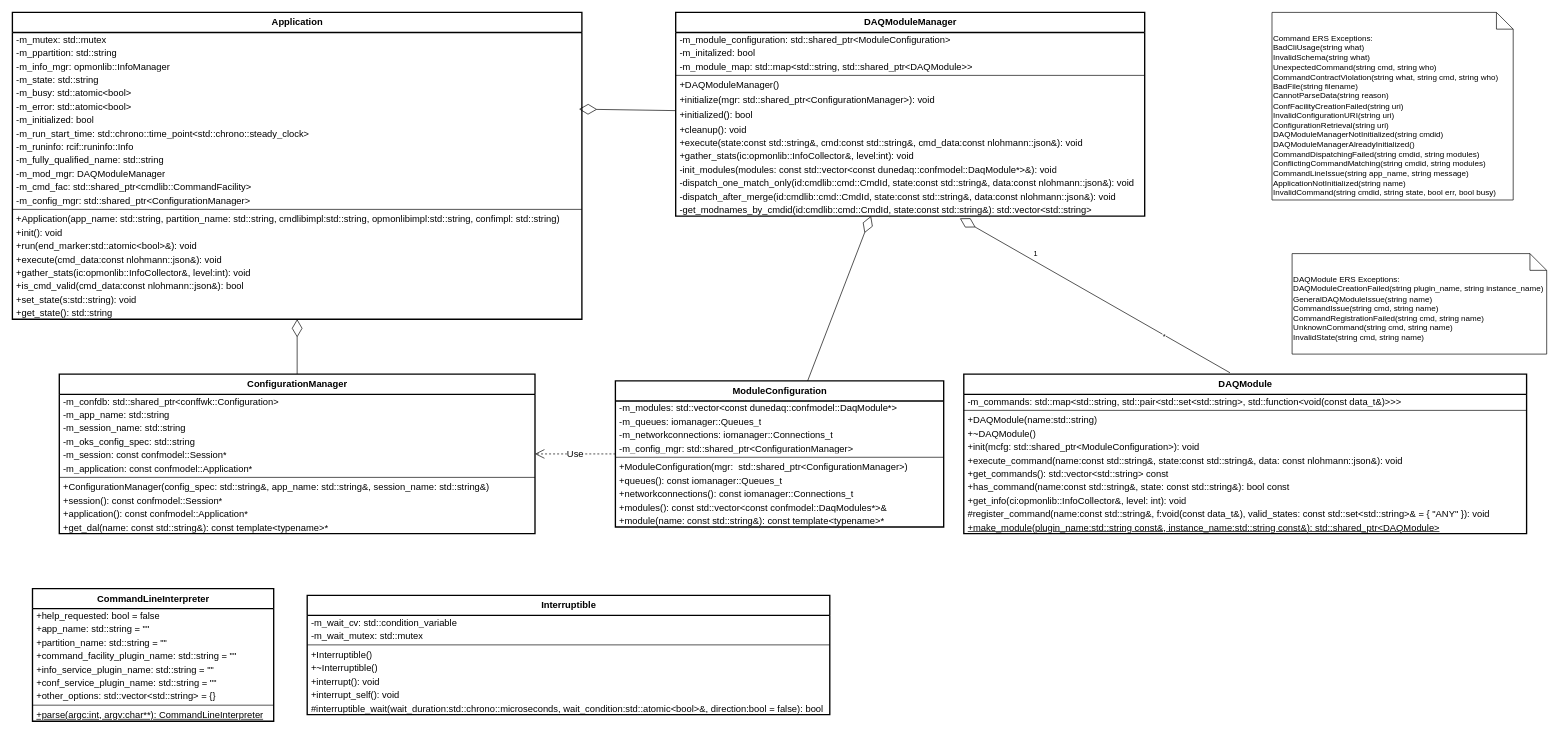
The draw.io diagram page "OKS Config with ConfigurationHandler" (1 of 3) of docs/appfwk.drawio in DUNE-DAQ/appfwk, before the edit. Source tidied: cells renumbered, new cells numbered last; positions are measured from the earlier drawing's top-left corner, leaving out a move shared by most shapes. Both pictures are drawn from the tidied source at 67%, with x=0, y=0 at pixel (12, 12).
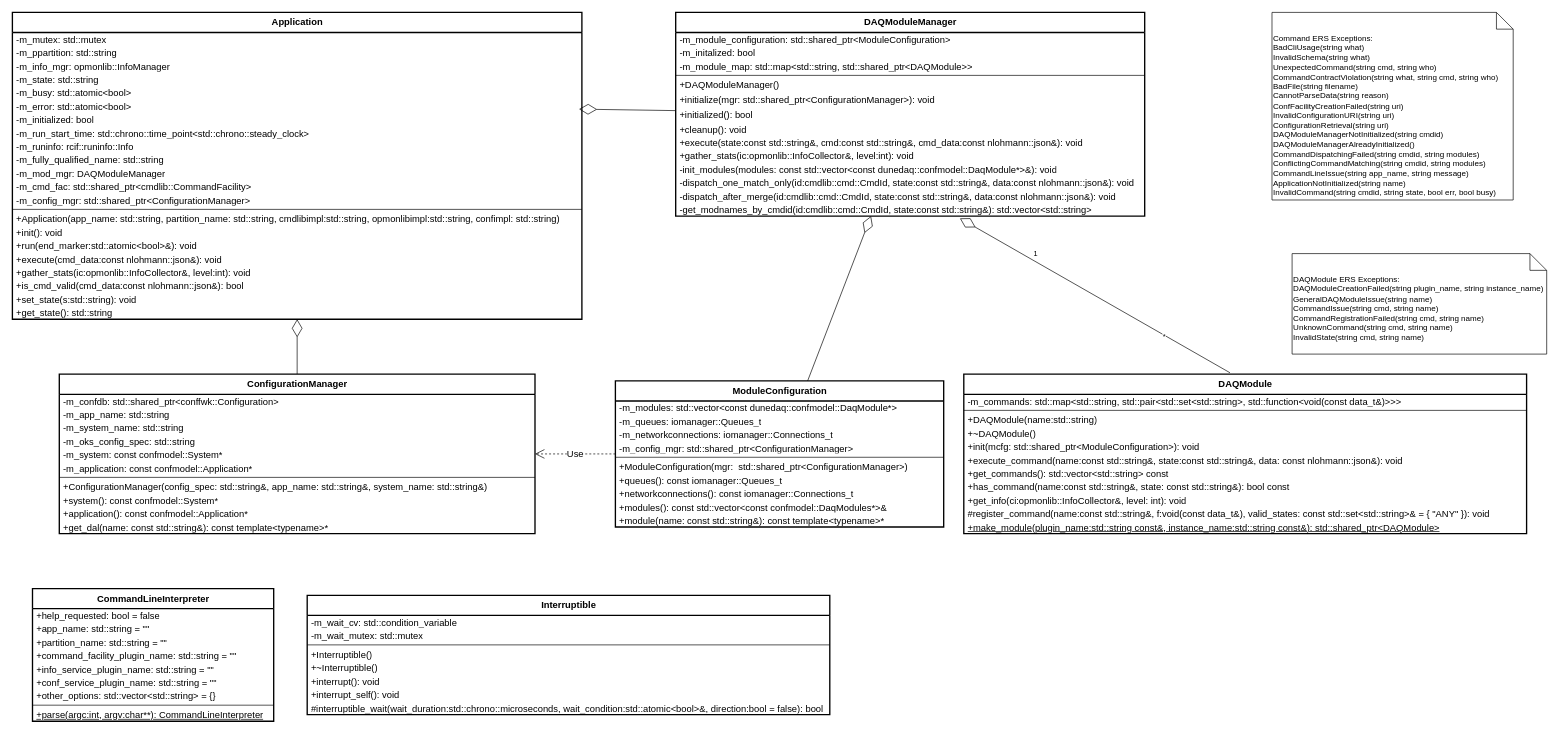
The same page after the edit.

Unchanged cells that the change refers to:
```xml
<mxCell id="80" value="&lt;b&gt;ConfigurationManager&lt;br&gt;&lt;/b&gt;" style="swimlane;fontStyle=0;align=center;verticalAlign=top;horizontal=1;startSize=30;html=1;fontFamily=Helvetica;fontSize=14;strokeWidth=2;fillColor=default;" parent="1" vertex="1">
  <mxGeometry x="70" y="540" width="710" height="238" as="geometry" />
</mxCell>
```

Change to the diagram source:
```diff
@@
-    <mxCell id="83" value="-m_session_name: std::string" style="text;html=1;strokeColor=none;fillColor=none;align=left;verticalAlign=middle;spacingLeft=4;spacingRight=4;overflow=hidden;fontFamily=Helvetica;fontSize=14;" parent="80" vertex="1">
+    <mxCell id="83" value="-m_system_name: std::string" style="text;html=1;strokeColor=none;fillColor=none;align=left;verticalAlign=middle;spacingLeft=4;spacingRight=4;overflow=hidden;fontFamily=Helvetica;fontSize=14;" parent="80" vertex="1">
       <mxGeometry y="70" width="710" height="20" as="geometry" />
     </mxCell>
@@
-    <mxCell id="85" value="-m_session: const confmodel::Session*" style="text;html=1;strokeColor=none;fillColor=none;align=left;verticalAlign=middle;spacingLeft=4;spacingRight=4;overflow=hidden;fontFamily=Helvetica;fontSize=14;" parent="80" vertex="1">
+    <mxCell id="85" value="-m_system: const confmodel::System*" style="text;html=1;strokeColor=none;fillColor=none;align=left;verticalAlign=middle;spacingLeft=4;spacingRight=4;overflow=hidden;fontFamily=Helvetica;fontSize=14;" parent="80" vertex="1">
       <mxGeometry y="110" width="710" height="20" as="geometry" />
     </mxCell>
@@
-    <mxCell id="88" value="+ConfigurationManager(config_spec: std::string&amp;amp;, app_name: std::string&amp;amp;, session_name: std::string&amp;amp;)" style="text;html=1;strokeColor=none;fillColor=none;align=left;verticalAlign=middle;spacingLeft=4;spacingRight=4;overflow=hidden;fontFamily=Helvetica;fontSize=14;" parent="80" vertex="1">
+    <mxCell id="88" value="+ConfigurationManager(config_spec: std::string&amp;amp;, app_name: std::string&amp;amp;, system_name: std::string&amp;amp;)" style="text;html=1;strokeColor=none;fillColor=none;align=left;verticalAlign=middle;spacingLeft=4;spacingRight=4;overflow=hidden;fontFamily=Helvetica;fontSize=14;" parent="80" vertex="1">
       <mxGeometry y="158" width="710" height="20" as="geometry" />
     </mxCell>
-    <mxCell id="89" value="+session(): const confmodel::Session*" style="text;html=1;strokeColor=none;fillColor=none;align=left;verticalAlign=middle;spacingLeft=4;spacingRight=4;overflow=hidden;fontFamily=Helvetica;fontSize=14;" parent="80" vertex="1">
+    <mxCell id="89" value="+system(): const confmodel::System*" style="text;html=1;strokeColor=none;fillColor=none;align=left;verticalAlign=middle;spacingLeft=4;spacingRight=4;overflow=hidden;fontFamily=Helvetica;fontSize=14;" parent="80" vertex="1">
       <mxGeometry y="178" width="710" height="20" as="geometry" />
     </mxCell>
```
